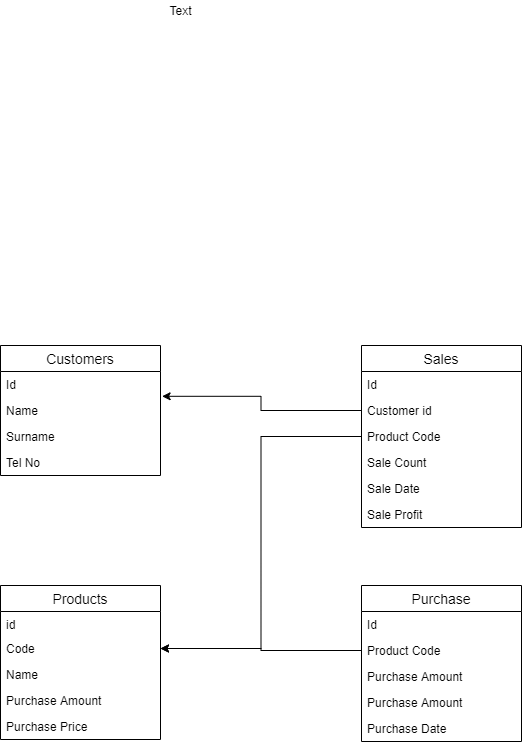
Omer-Demirtas/OOp-project-stock-analysis keeps this draw.io diagram as ss/Schema.png. Above is the earlier version. Source tidied: cells renumbered, new cells last; positions are measured from the earlier drawing's top-left corner, leaving out a move shared by most shapes.
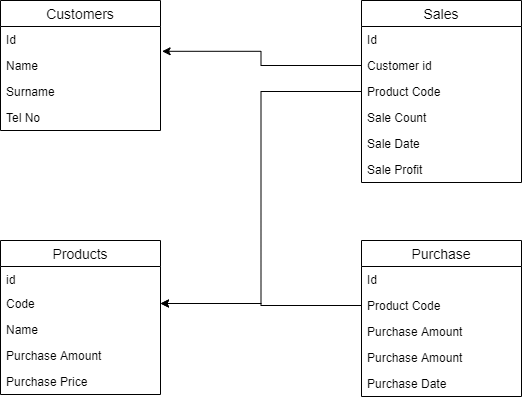
After the commit.

The edit, as a diff of the source:
```diff
@@ -2,9 +2,6 @@
   <root>
     <mxCell id="0" />
     <mxCell id="1" parent="0" />
-    <mxCell id="2" value="Text" style="text;html=1;align=center;verticalAlign=middle;" parent="1" vertex="1">
-      <mxGeometry x="160" width="40" height="20" as="geometry" />
-    </mxCell>
     <mxCell id="3" value="Products" style="swimlane;fontStyle=0;horizontal=1;startSize=26;align=center;fontSize=14;" parent="1" vertex="1">
       <mxGeometry y="585" width="160" height="154" as="geometry" />
     </mxCell>
```
